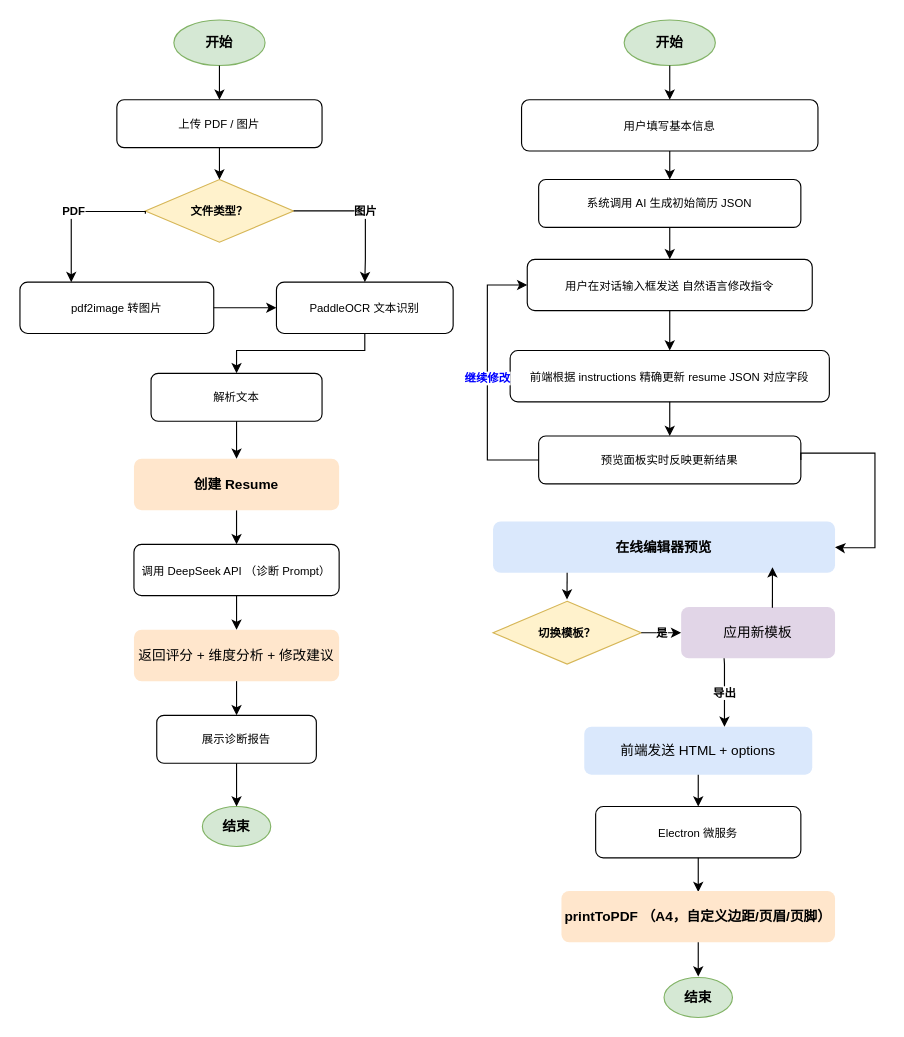
letlll/AI_interview keeps this draw.io diagram as drawio/4.5简历生成与诊断流程图.drawio. Above is the earlier version. Source tidied: cells renumbered, new cells numbered last; positions are measured from the earlier drawing's top-left corner, leaving out a move shared by most shapes. Both pictures are drawn from the tidied source at 114%, with x=0, y=0 at pixel (19, 19).
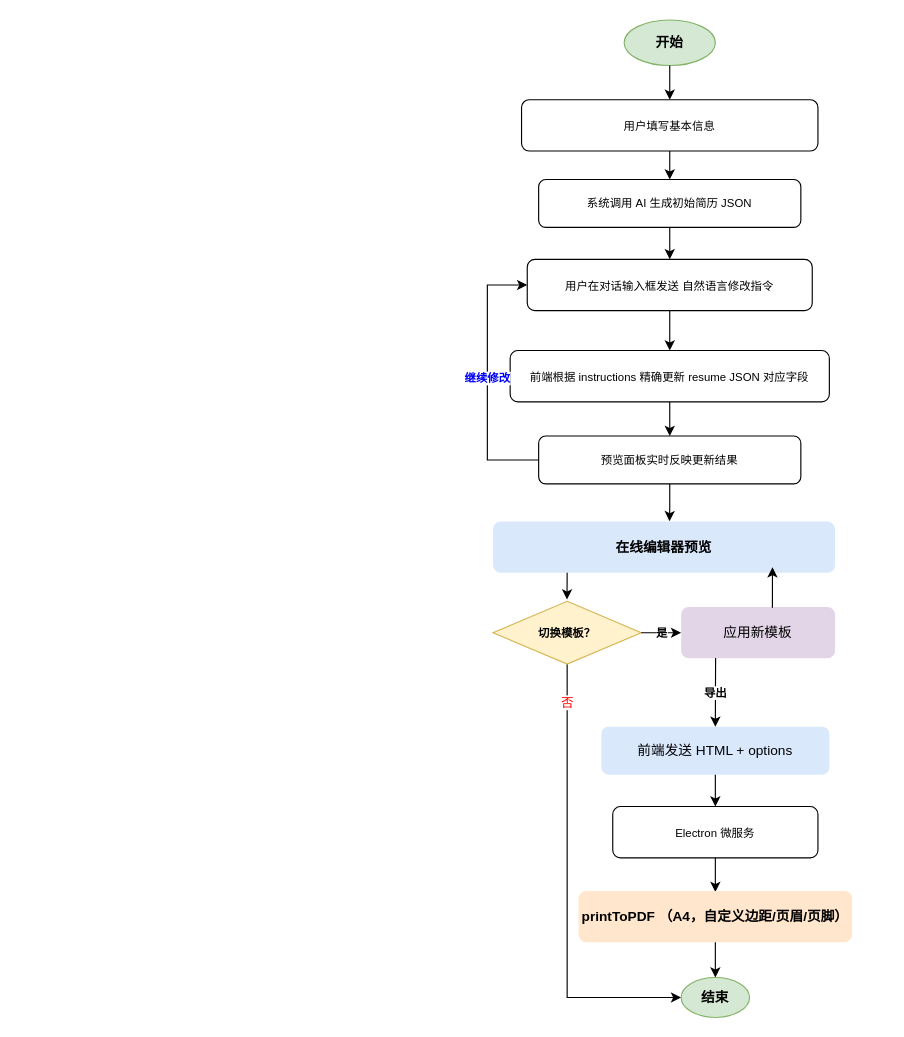
After the change.

Unchanged cells that the change refers to:
```xml
<mxCell id="26" value="预览面板实时反映更新结果" style="rounded=1;whiteSpace=wrap;html=1;fontSize=10;" parent="1" vertex="1">
  <mxGeometry x="455" y="365" width="230" height="42" as="geometry" />
</mxCell>
<mxCell id="29" value="在线编辑器预览" style="rounded=1;whiteSpace=wrap;html=1;fontStyle=1;fillColor=#dae8fc;strokeColor=#6c8ebffontSize=10;" parent="1" vertex="1">
  <mxGeometry x="415" y="440" width="300" height="45" as="geometry" />
</mxCell>
<mxCell id="31" value="切换模板？" style="rhombus;whiteSpace=wrap;html=1;fillColor=#fff2cc;strokeColor=#d6b656;fontSize=10;fontStyle=1;" parent="1" vertex="1">
  <mxGeometry x="415" y="510" width="130" height="55" as="geometry" />
</mxCell>
<mxCell id="32" value="应用新模板" style="rounded=1;whiteSpace=wrap;html=1;fillColor=#e1d5e7;strokeColor=#9673a6fontSize=10;" parent="1" vertex="1">
  <mxGeometry x="580" y="515" width="135" height="45" as="geometry" />
</mxCell>
```

The edit, as a diff of the source:
```diff
@@
-    <mxCell id="2" value="开始" style="ellipse;whiteSpace=wrap;html=1;fillColor=#d5e8d4;strokeColor=#82b366;fontSize=12;fontStyle=1;" parent="1" vertex="1">
-      <mxGeometry x="135" width="80" height="40" as="geometry" />
-    </mxCell>
-    <mxCell id="3" value="上传 PDF / 图片" style="rounded=1;whiteSpace=wrap;html=1;fontSize=10;" parent="1" vertex="1">
-      <mxGeometry x="85" y="70" width="180" height="42" as="geometry" />
-    </mxCell>
-    <mxCell id="4" style="edgeStyle=orthogonalEdgeStyle;rounded=0;jettySize=auto;html=1;exitX=0.5;exitY=1;exitDx=0;exitDy=0;entryX=0.5;entryY=0;entryDx=0;entryDy=0;" parent="1" edge="1" source="2" target="3">
-      <mxGeometry relative="1" as="geometry" />
-    </mxCell>
-    <mxCell id="5" value="文件类型？" style="rhombus;whiteSpace=wrap;html=1;fillColor=#fff2cc;strokeColor=#d6b656;fontSize=10;fontStyle=1;" parent="1" vertex="1">
-      <mxGeometry x="110" y="140" width="130" height="55" as="geometry" />
-    </mxCell>
-    <mxCell id="6" style="edgeStyle=orthogonalEdgeStyle;rounded=0;jettySize=auto;html=1;exitX=0.5;exitY=1;exitDx=0;exitDy=0;entryX=0.5;entryY=0;entryDx=0;entryDy=0;" parent="1" edge="1" source="3" target="5">
-      <mxGeometry relative="1" as="geometry" />
-    </mxCell>
-    <mxCell id="7" value="pdf2image 转图片" style="rounded=1;whiteSpace=wrap;html=1;fontSize=10;" parent="1" vertex="1">
-      <mxGeometry y="230" width="170" height="45" as="geometry" />
-    </mxCell>
-    <mxCell id="8" value="PDF" style="edgeStyle=orthogonalEdgeStyle;rounded=0;orthogonalLoop=1;jettySize=auto;html=1;fontSize=10;fontStyle=1;" parent="1" edge="1">
-      <mxGeometry relative="1" as="geometry">
-        <mxPoint x="110" y="170" as="sourcePoint" />
-        <mxPoint x="45" y="230" as="targetPoint" />
-        <Array as="points">
-          <mxPoint x="45" y="168" />
-          <mxPoint x="45" y="230" />
-        </Array>
-      </mxGeometry>
-    </mxCell>
-    <mxCell id="9" value="PaddleOCR 文本识别" style="rounded=1;whiteSpace=wrap;html=1;fontSize=10;" parent="1" vertex="1">
-      <mxGeometry x="225" y="230" width="155" height="45" as="geometry" />
-    </mxCell>
-    <mxCell id="10" value="图片" style="edgeStyle=orthogonalEdgeStyle;rounded=0;jettySize=auto;html=1;exitX=1;exitY=0.5;exitDx=0;exitDy=0;entryX=0.5;entryY=0;entryDx=0;entryDy=0;fontSize=10;fontStyle=1;" parent="1" edge="1" source="5" target="9">
-      <mxGeometry relative="1" as="geometry">
-        <Array as="points">
-          <mxPoint x="303" y="168" />
-          <mxPoint x="303" y="210" />
-          <mxPoint x="303" y="210" />
-        </Array>
-      </mxGeometry>
-    </mxCell>
-    <mxCell id="11" style="edgeStyle=orthogonalEdgeStyle;rounded=0;jettySize=auto;html=1;exitX=1;exitY=0.5;exitDx=0;exitDy=0;entryX=0;entryY=0.5;entryDx=0;entryDy=0;" parent="1" edge="1" source="7" target="9">
-      <mxGeometry relative="1" as="geometry">
-        <Array as="points">
-          <mxPoint x="180" y="252" />
-          <mxPoint x="210" y="252" />
-        </Array>
-      </mxGeometry>
-    </mxCell>
-    <mxCell id="12" value="解析文本" style="rounded=1;whiteSpace=wrap;html=1;fontSize=10;" parent="1" vertex="1">
-      <mxGeometry x="115" y="310" width="150" height="42" as="geometry" />
-    </mxCell>
-    <mxCell id="13" style="edgeStyle=orthogonalEdgeStyle;rounded=0;jettySize=auto;html=1;exitX=0.5;exitY=1;exitDx=0;exitDy=0;entryX=0.5;entryY=0;entryDx=0;entryDy=0;" parent="1" edge="1" source="9" target="12">
-      <mxGeometry relative="1" as="geometry">
-        <Array as="points">
-          <mxPoint x="302" y="290" />
-          <mxPoint x="190" y="290" />
-        </Array>
-      </mxGeometry>
-    </mxCell>
-    <mxCell id="14" style="edgeStyle=orthogonalEdgeStyle;rounded=0;jettySize=auto;html=1;entryX=0.5;entryY=0;entryDx=0;entryDy=0;" parent="1" edge="1" source="15" target="35">
-      <mxGeometry relative="1" as="geometry" />
-    </mxCell>
-    <mxCell id="15" value="创建 Resume" style="rounded=1;whiteSpace=wrap;html=1;fontStyle=1;fillColor=#ffe6cc;strokeColor=#d79b00fontSize=10;" parent="1" vertex="1">
-      <mxGeometry x="100" y="385" width="180" height="45" as="geometry" />
-    </mxCell>
-    <mxCell id="16" style="edgeStyle=orthogonalEdgeStyle;rounded=0;jettySize=auto;html=1;exitX=0.5;exitY=1;exitDx=0;exitDy=0;entryX=0.5;entryY=0;entryDx=0;entryDy=0;" parent="1" edge="1" source="12" target="15">
-      <mxGeometry relative="1" as="geometry" />
-    </mxCell>
@@
+    <mxCell id="30" style="edgeStyle=orthogonalEdgeStyle;rounded=0;jettySize=auto;html=1;entryX=0.516;entryY=-0.007;entryDx=0;entryDy=0;entryPerimeter=0;" parent="1" edge="1" source="26" target="29">
+      <mxGeometry relative="1" as="geometry" />
+    </mxCell>
@@
-    <mxCell id="30" style="edgeStyle=orthogonalEdgeStyle;rounded=0;jettySize=auto;html=1;exitX=1;exitY=0.5;exitDx=0;exitDy=0;entryX=1;entryY=0.5;entryDx=0;entryDy=0;" parent="1" edge="1" source="26" target="29">
-      <mxGeometry relative="1" as="geometry">
-        <Array as="points">
-          <mxPoint x="685" y="380" />
-          <mxPoint x="750" y="380" />
-          <mxPoint x="750" y="463" />
-          <mxPoint x="720" y="463" />
-        </Array>
-      </mxGeometry>
-    </mxCell>
+    <mxCell id="51" style="edgeStyle=orthogonalEdgeStyle;rounded=0;jettySize=auto;html=1;exitX=0.5;exitY=1;exitDx=0;exitDy=0;entryX=0;entryY=0.5;entryDx=0;entryDy=0;" parent="1" edge="1" source="31" target="49">
+      <mxGeometry relative="1" as="geometry" />
+    </mxCell>
+    <mxCell id="52" value="否" style="edgeLabel;html=1;align=center;verticalAlign=middle;fontColor=light-dark(#ff0000, #ededed);" parent="51" vertex="1">
+      <mxGeometry x="-0.83" y="-1" relative="1" as="geometry" />
+    </mxCell>
@@
-    <mxCell id="35" value="调用 DeepSeek API （诊断 Prompt）" style="rounded=1;whiteSpace=wrap;html=1;fontSize=10;" parent="1" vertex="1">
-      <mxGeometry x="100" y="460" width="180" height="45" as="geometry" />
-    </mxCell>
-    <mxCell id="36" value="返回评分 + 维度分析 + 修改建议" style="rounded=1;whiteSpace=wrap;html=1;fillColor=#ffe6cc;strokeColor=#d79b00fontSize=10;" parent="1" vertex="1">
-      <mxGeometry x="100" y="535" width="180" height="45" as="geometry" />
-    </mxCell>
-    <mxCell id="37" style="edgeStyle=orthogonalEdgeStyle;rounded=0;jettySize=auto;html=1;exitX=0.5;exitY=1;exitDx=0;exitDy=0;entryX=0.5;entryY=0;entryDx=0;entryDy=0;" parent="1" edge="1" source="35" target="36">
-      <mxGeometry relative="1" as="geometry" />
-    </mxCell>
-    <mxCell id="38" value="展示诊断报告" style="rounded=1;whiteSpace=wrap;html=1;fontSize=10;" parent="1" vertex="1">
-      <mxGeometry x="120" y="610" width="140" height="42" as="geometry" />
-    </mxCell>
-    <mxCell id="39" style="edgeStyle=orthogonalEdgeStyle;rounded=0;jettySize=auto;html=1;exitX=0.5;exitY=1;exitDx=0;exitDy=0;entryX=0.5;entryY=0;entryDx=0;entryDy=0;" parent="1" edge="1" source="36" target="38">
-      <mxGeometry relative="1" as="geometry" />
-    </mxCell>
     <mxCell id="40" value="前端发送 HTML + options" style="rounded=1;whiteSpace=wrap;html=1;fillColor=#dae8fc;strokeColor=#6c8ebffontSize=10;" parent="1" vertex="1">
-      <mxGeometry x="495" y="620" width="200" height="42" as="geometry" />
+      <mxGeometry x="510" y="620" width="200" height="42" as="geometry" />
     </mxCell>
-    <mxCell id="41" value="导出" style="edgeStyle=orthogonalEdgeStyle;rounded=0;jettySize=auto;html=1;exitX=0.279;exitY=0.999;exitDx=0;exitDy=0;fontSize=10;fontStyle=1;exitPerimeter=0;" parent="1" edge="1" source="32">
+    <mxCell id="41" value="导出" style="edgeStyle=orthogonalEdgeStyle;rounded=0;jettySize=auto;html=1;exitX=0.224;exitY=0.991;exitDx=0;exitDy=0;fontSize=10;fontStyle=1;exitPerimeter=0;entryX=0.5;entryY=0;entryDx=0;entryDy=0;" parent="1" edge="1" source="32" target="40">
       <mxGeometry relative="1" as="geometry">
-        <mxPoint x="618" y="620" as="targetPoint" />
         <Array as="points">
-          <mxPoint x="618" y="565" />
-          <mxPoint x="618" y="565" />
-          <mxPoint x="618" y="620" />
+          <mxPoint x="610" y="565" />
+          <mxPoint x="610" y="565" />
         </Array>
       </mxGeometry>
     </mxCell>
     <mxCell id="42" value="Electron 微服务" style="rounded=1;whiteSpace=wrap;html=1;fontSize=10;" parent="1" vertex="1">
-      <mxGeometry x="505" y="690" width="180" height="45" as="geometry" />
+      <mxGeometry x="520" y="690" width="180" height="45" as="geometry" />
     </mxCell>
@@
     <mxCell id="44" style="edgeStyle=orthogonalEdgeStyle;rounded=0;jettySize=auto;html=1;exitX=0.5;exitY=1;exitDx=0;exitDy=0;entryX=0.5;entryY=0;entryDx=0;entryDy=0;" parent="1" edge="1" source="42">
       <mxGeometry relative="1" as="geometry">
-        <mxPoint x="595" y="765" as="targetPoint" />
+        <mxPoint x="610" y="765" as="targetPoint" />
       </mxGeometry>
     </mxCell>
     <mxCell id="45" value="printToPDF （A4，自定义边距/页眉/页脚）" style="rounded=1;whiteSpace=wrap;html=1;fontStyle=1;fillColor=#ffe6cc;strokeColor=#d79b00fontSize=10;" parent="1" vertex="1">
-      <mxGeometry x="475" y="764" width="240" height="45" as="geometry" />
+      <mxGeometry x="490" y="764" width="240" height="45" as="geometry" />
     </mxCell>
-    <mxCell id="46" style="edgeStyle=orthogonalEdgeStyle;rounded=0;jettySize=auto;html=1;exitX=0.5;exitY=1;exitDx=0;exitDy=0;entryX=0.5;entryY=0;entryDx=0;entryDy=0;" parent="1" edge="1" source="45">
-      <mxGeometry relative="1" as="geometry">
-        <mxPoint x="595" y="839" as="targetPoint" />
-      </mxGeometry>
+    <mxCell id="46" style="edgeStyle=orthogonalEdgeStyle;rounded=0;jettySize=auto;html=1;exitX=0.5;exitY=1;exitDx=0;exitDy=0;entryX=0.5;entryY=0;entryDx=0;entryDy=0;" parent="1" edge="1" source="45" target="49">
+      <mxGeometry relative="1" as="geometry" />
     </mxCell>
-    <mxCell id="47" value="结束" style="ellipse;whiteSpace=wrap;html=1;fillColor=#d5e8d4;strokeColor=#82b366;fontSize=12;fontStyle=1;" parent="1" vertex="1">
-      <mxGeometry x="160" y="690" width="60" height="35" as="geometry" />
-    </mxCell>
-    <mxCell id="48" style="edgeStyle=orthogonalEdgeStyle;rounded=0;jettySize=auto;html=1;exitX=0.5;exitY=1;exitDx=0;exitDy=0;entryX=0.5;entryY=0;entryDx=0;entryDy=0;" parent="1" edge="1" source="38" target="47">
-      <mxGeometry relative="1" as="geometry" />
-    </mxCell>
     <mxCell id="49" value="结束" style="ellipse;whiteSpace=wrap;html=1;fillColor=#d5e8d4;strokeColor=#82b366;fontSize=12;fontStyle=1;" parent="1" vertex="1">
-      <mxGeometry x="565" y="840" width="60" height="35" as="geometry" />
+      <mxGeometry x="580" y="840" width="60" height="35" as="geometry" />
     </mxCell>
```
